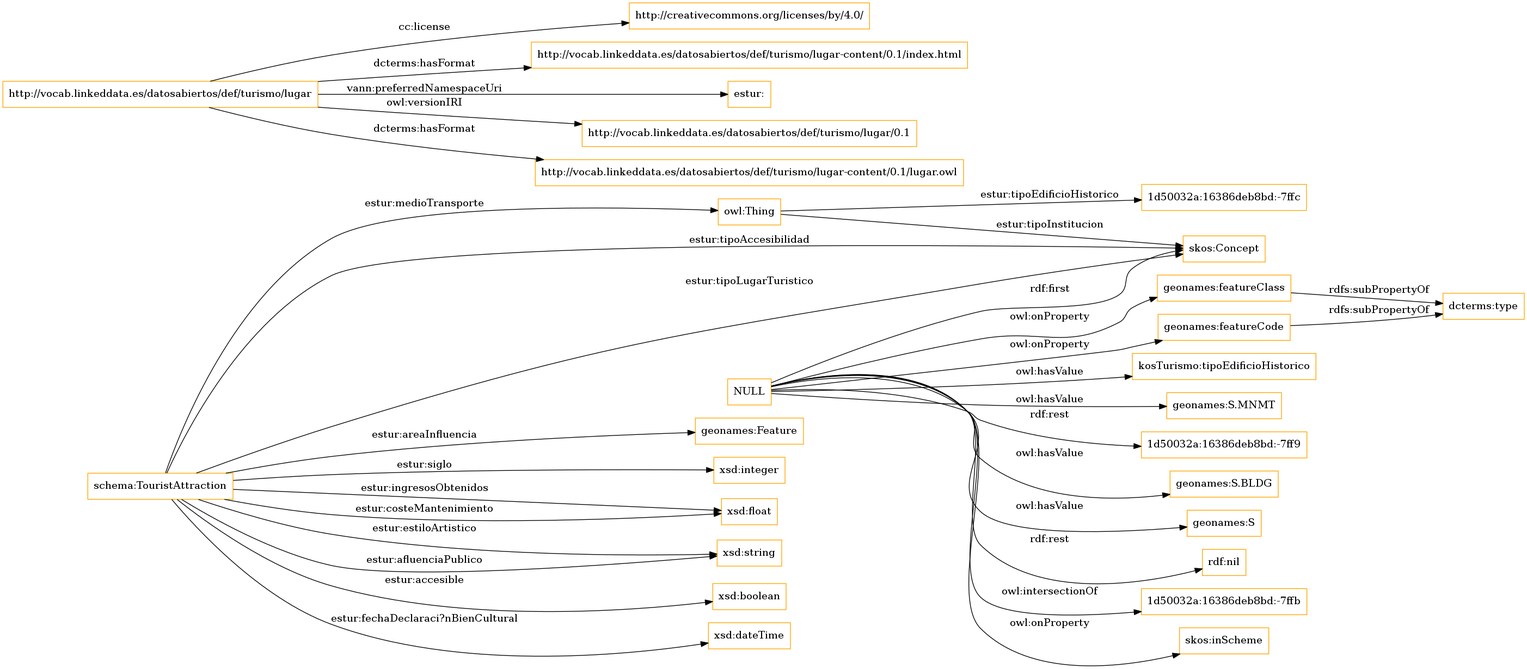
This is OnToology/cultura-ocio-lugares-interes/lugar.owl/diagrams/ar2dtool-class/lugar.owl.png from ma-garcia/visualization, a Graphviz export, as it was before one commit. Its source is kept beside it as OnToology/cultura-ocio-lugares-interes/lugar.owl/diagrams/ar2dtool-class/lugar.owl.png.dot.
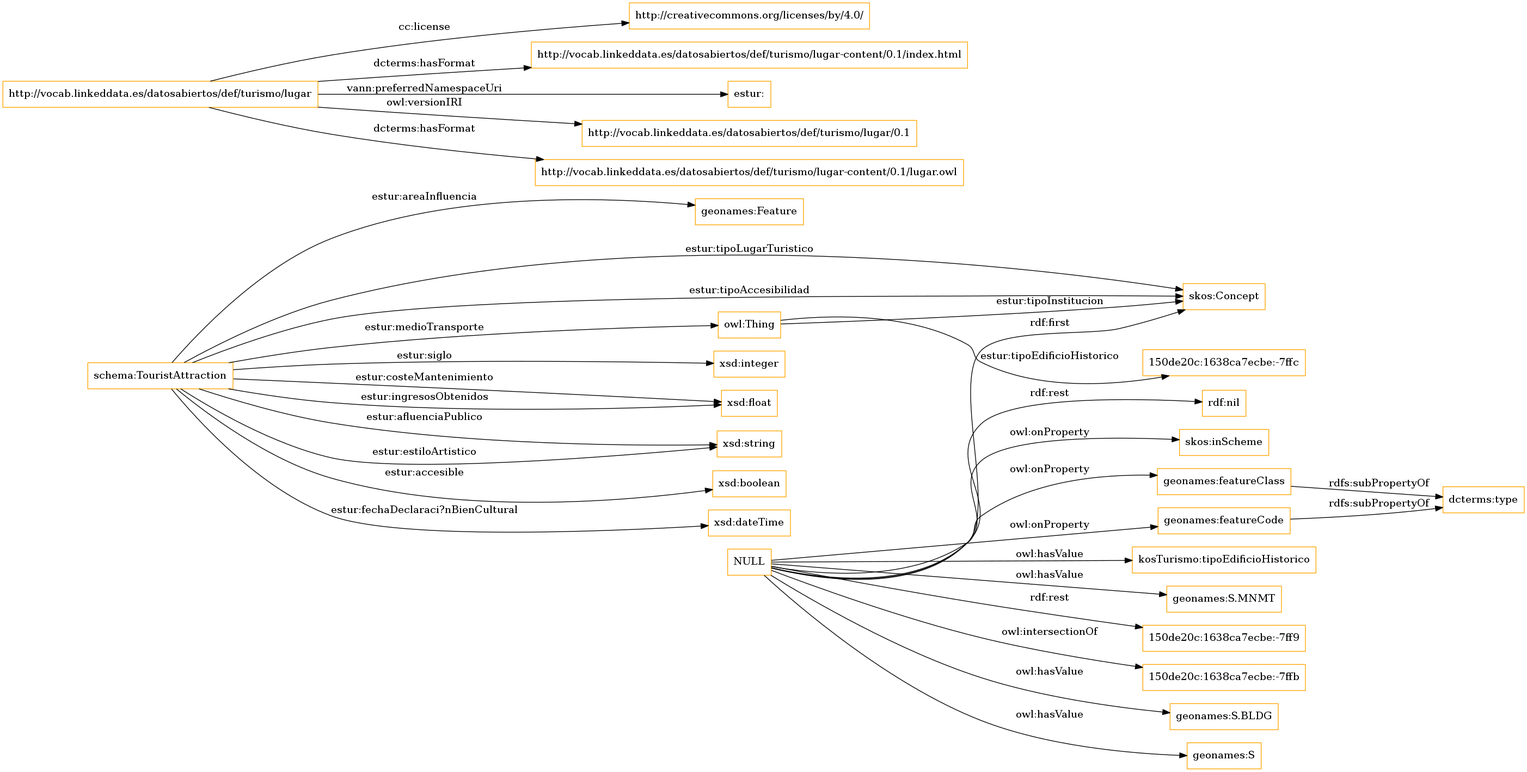
After the change.

Change to the diagram source:
```diff
@@ -1,7 +1,7 @@
 digraph ar2dtool_diagram {
 rankdir=LR;
 size="1501"
-node [shape = rectangle, color="orange"]; "1d50032a:16386deb8bd:-7ffc" "geonames:Feature" "schema:TouristAttraction" "skos:Concept" ; /*classes style*/
+node [shape = rectangle, color="orange"]; "geonames:Feature" "schema:TouristAttraction" "150de20c:1638ca7ecbe:-7ffc" "skos:Concept" ; /*classes style*/
 	"http://vocab.linkeddata.es/datosabiertos/def/turismo/lugar" -> "http://creativecommons.org/licenses/by/4.0/" [ label = "cc:license" ];
 	"http://vocab.linkeddata.es/datosabiertos/def/turismo/lugar" -> "http://vocab.linkeddata.es/datosabiertos/def/turismo/lugar-content/0.1/index.html" [ label = "dcterms:hasFormat" ];
 	"http://vocab.linkeddata.es/datosabiertos/def/turismo/lugar" -> "estur:" [ label = "vann:preferredNamespaceUri" ];
@@ -11,17 +11,17 @@
 	"NULL" -> "geonames:featureCode" [ label = "owl:onProperty" ];
 	"NULL" -> "kosTurismo:tipoEdificioHistorico" [ label = "owl:hasValue" ];
 	"NULL" -> "geonames:S.MNMT" [ label = "owl:hasValue" ];
-	"NULL" -> "1d50032a:16386deb8bd:-7ff9" [ label = "rdf:rest" ];
+	"NULL" -> "150de20c:1638ca7ecbe:-7ff9" [ label = "rdf:rest" ];
+	"NULL" -> "150de20c:1638ca7ecbe:-7ffb" [ label = "owl:intersectionOf" ];
 	"NULL" -> "skos:Concept" [ label = "rdf:first" ];
 	"NULL" -> "geonames:S.BLDG" [ label = "owl:hasValue" ];
 	"NULL" -> "geonames:S" [ label = "owl:hasValue" ];
 	"NULL" -> "rdf:nil" [ label = "rdf:rest" ];
-	"NULL" -> "1d50032a:16386deb8bd:-7ffb" [ label = "owl:intersectionOf" ];
 	"NULL" -> "geonames:featureClass" [ label = "owl:onProperty" ];
 	"NULL" -> "skos:inScheme" [ label = "owl:onProperty" ];
 	"geonames:featureCode" -> "dcterms:type" [ label = "rdfs:subPropertyOf" ];
 	"schema:TouristAttraction" -> "owl:Thing" [ label = "estur:medioTransporte" ];
-	"owl:Thing" -> "1d50032a:16386deb8bd:-7ffc" [ label = "estur:tipoEdificioHistorico" ];
+	"owl:Thing" -> "150de20c:1638ca7ecbe:-7ffc" [ label = "estur:tipoEdificioHistorico" ];
 	"owl:Thing" -> "skos:Concept" [ label = "estur:tipoInstitucion" ];
 	"schema:TouristAttraction" -> "xsd:integer" [ label = "estur:siglo" ];
 	"schema:TouristAttraction" -> "geonames:Feature" [ label = "estur:areaInfluencia" ];
```
